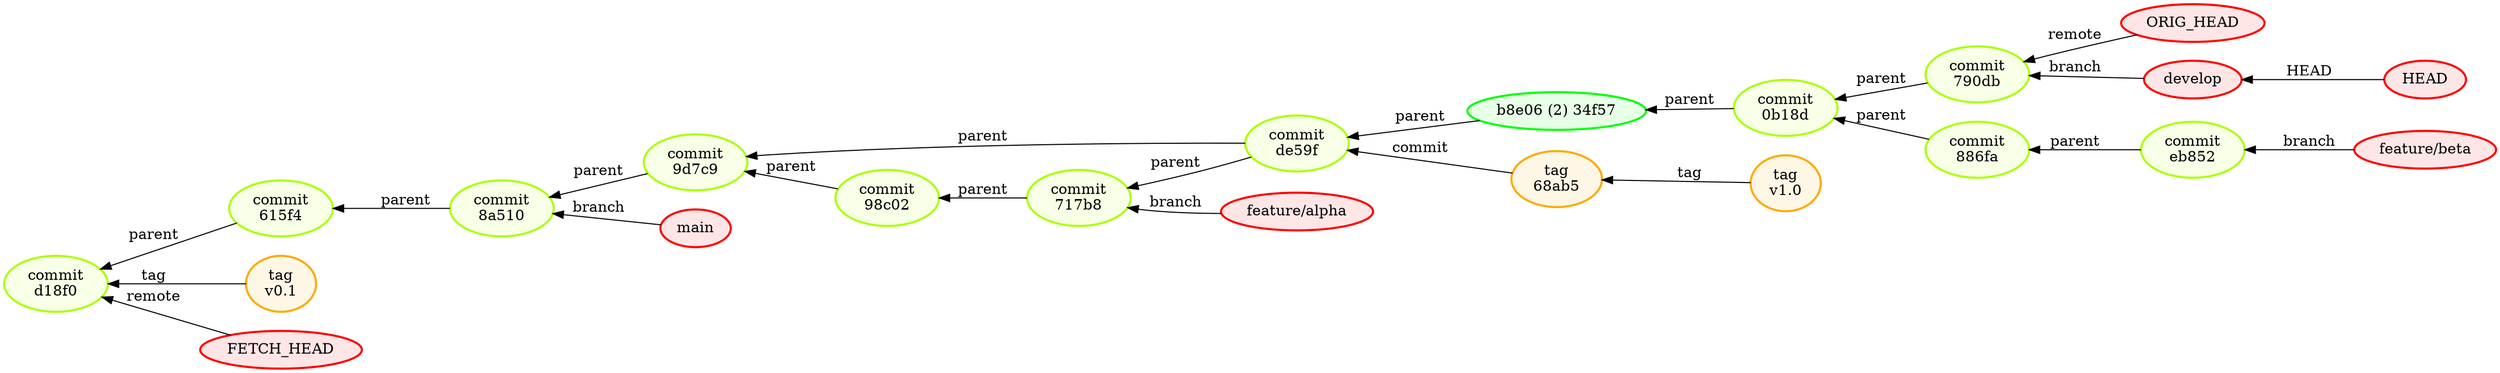
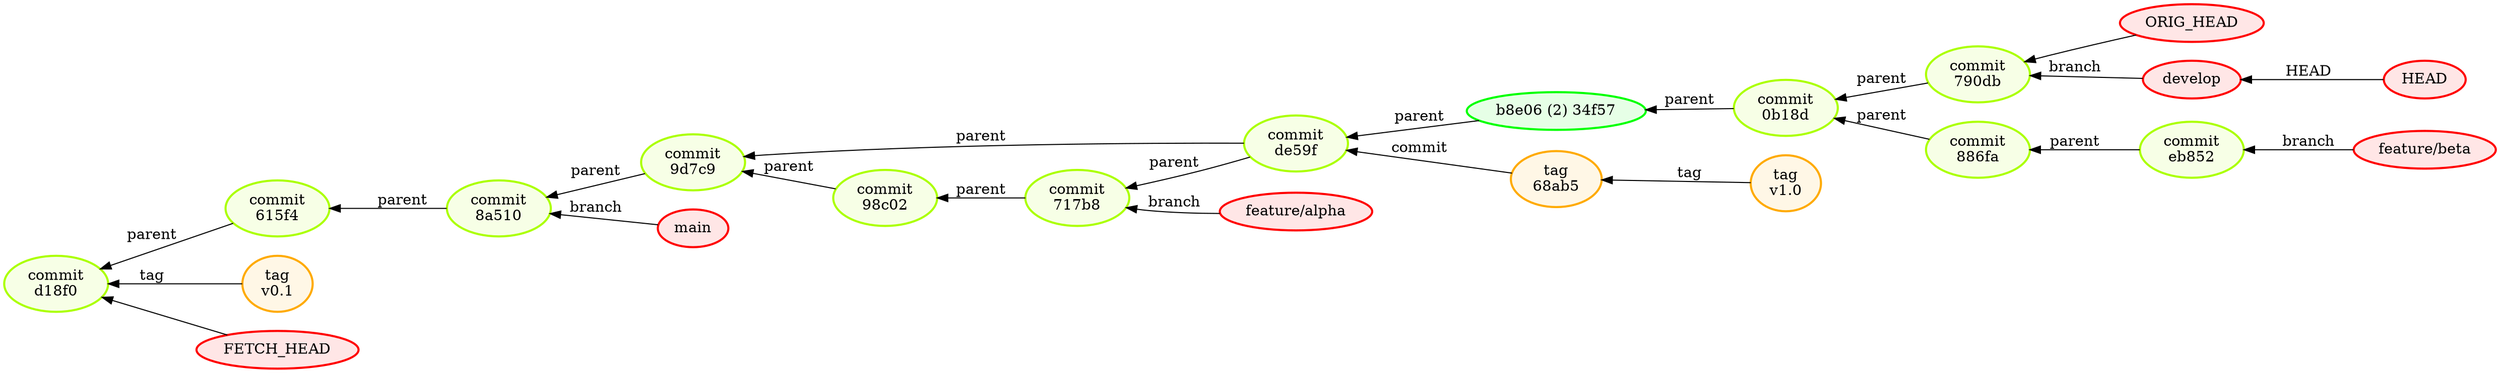
digraph {
	graph [rankdir=RL]
	HEAD [label=HEAD color="0.000 1.000 1.000" fillcolor="0.000 0.100 1.000" penwidth=2 style=filled]
	HEAD -> "refs/heads/develop" [label=HEAD]
	"refs/heads/develop" [label=develop color="0.000 1.000 1.000" fillcolor="0.000 0.100 1.000" penwidth=2 style=filled]
	"refs/heads/develop" -> "790db164f18098ef413853e56f7d93e70a2c187a" [label=branch]
	"790db164f18098ef413853e56f7d93e70a2c187a" [label="commit
790db" color="0.222 1.000 1.000" fillcolor="0.222 0.100 1.000" penwidth=2 style=filled]
	"790db164f18098ef413853e56f7d93e70a2c187a" -> "0b18da950bf84d50fbc7562a4747f13094fc85df" [label=parent]
	"0b18da950bf84d50fbc7562a4747f13094fc85df" [label="commit
0b18d" color="0.222 1.000 1.000" fillcolor="0.222 0.100 1.000" penwidth=2 style=filled]
	"0b18da950bf84d50fbc7562a4747f13094fc85df" -> "34f5775c53e87185c6f0c5342e74c9f9d9a06c40" [label=parent]
	"34f5775c53e87185c6f0c5342e74c9f9d9a06c40" [label="b8e06 (2) 34f57" color="0.333 1.000 1.000" fillcolor="0.333 0.100 1.000" penwidth=2 style=filled]
	"34f5775c53e87185c6f0c5342e74c9f9d9a06c40" -> de59f3a1667fc051ccc0b0682694585e36040bf4 [label=parent]
	de59f3a1667fc051ccc0b0682694585e36040bf4 [label="commit
de59f" color="0.222 1.000 1.000" fillcolor="0.222 0.100 1.000" penwidth=2 style=filled]
	de59f3a1667fc051ccc0b0682694585e36040bf4 -> "9d7c9410192654b9445d1935283210dbfa43d722" [label=parent]
	de59f3a1667fc051ccc0b0682694585e36040bf4 -> "717b8ae6fe822a635bb36b718f6a7cb2a27863a5" [label=parent]
	"717b8ae6fe822a635bb36b718f6a7cb2a27863a5" [label="commit
717b8" color="0.222 1.000 1.000" fillcolor="0.222 0.100 1.000" penwidth=2 style=filled]
	"717b8ae6fe822a635bb36b718f6a7cb2a27863a5" -> "98c0271fb08e9ec656af44e1ce7e1f310d722f3b" [label=parent]
	"98c0271fb08e9ec656af44e1ce7e1f310d722f3b" [label="commit
98c02" color="0.222 1.000 1.000" fillcolor="0.222 0.100 1.000" penwidth=2 style=filled]
	"98c0271fb08e9ec656af44e1ce7e1f310d722f3b" -> "9d7c9410192654b9445d1935283210dbfa43d722" [label=parent]
	"9d7c9410192654b9445d1935283210dbfa43d722" [label="commit
9d7c9" color="0.222 1.000 1.000" fillcolor="0.222 0.100 1.000" penwidth=2 style=filled]
	"9d7c9410192654b9445d1935283210dbfa43d722" -> "8a510ae66f449135f143a5099d7f7c8755c8fe9a" [label=parent]
	"8a510ae66f449135f143a5099d7f7c8755c8fe9a" [label="commit
8a510" color="0.222 1.000 1.000" fillcolor="0.222 0.100 1.000" penwidth=2 style=filled]
	"8a510ae66f449135f143a5099d7f7c8755c8fe9a" -> "615f48cc20ab3061238d022c49147045241a004f" [label=parent]
	"615f48cc20ab3061238d022c49147045241a004f" [label="commit
615f4" color="0.222 1.000 1.000" fillcolor="0.222 0.100 1.000" penwidth=2 style=filled]
	"615f48cc20ab3061238d022c49147045241a004f" -> d18f056029432df7a41eacf452447a111f0f4a12 [label=parent]
	d18f056029432df7a41eacf452447a111f0f4a12 [label="commit
d18f0" color="0.222 1.000 1.000" fillcolor="0.222 0.100 1.000" penwidth=2 style=filled]
	"refs/heads/feature/alpha" [label="feature/alpha" color="0.000 1.000 1.000" fillcolor="0.000 0.100 1.000" penwidth=2 style=filled]
	"refs/heads/feature/alpha" -> "717b8ae6fe822a635bb36b718f6a7cb2a27863a5" [label=branch]
	"refs/heads/feature/beta" [label="feature/beta" color="0.000 1.000 1.000" fillcolor="0.000 0.100 1.000" penwidth=2 style=filled]
	"refs/heads/feature/beta" -> eb852ccf183082960915022040318f9549283f89 [label=branch]
	eb852ccf183082960915022040318f9549283f89 [label="commit
eb852" color="0.222 1.000 1.000" fillcolor="0.222 0.100 1.000" penwidth=2 style=filled]
	eb852ccf183082960915022040318f9549283f89 -> "886fab2b89c493ab873baa91ecb1438da7321edc" [label=parent]
	"886fab2b89c493ab873baa91ecb1438da7321edc" [label="commit
886fa" color="0.222 1.000 1.000" fillcolor="0.222 0.100 1.000" penwidth=2 style=filled]
	"886fab2b89c493ab873baa91ecb1438da7321edc" -> "0b18da950bf84d50fbc7562a4747f13094fc85df" [label=parent]
	"refs/heads/main" [label=main color="0.000 1.000 1.000" fillcolor="0.000 0.100 1.000" penwidth=2 style=filled]
	"refs/heads/main" -> "8a510ae66f449135f143a5099d7f7c8755c8fe9a" [label=branch]
	"refs/tags/v0.1" [label="tag
v0.1" color="0.111 1.000 1.000" fillcolor="0.111 0.100 1.000" penwidth=2 style=filled]
	"refs/tags/v0.1" -> d18f056029432df7a41eacf452447a111f0f4a12 [label=tag]
	"refs/tags/v1.0" [label="tag
v1.0" color="0.111 1.000 1.000" fillcolor="0.111 0.100 1.000" penwidth=2 style=filled]
	"68ab57a3957981ada1d7d99f5ed25152cf0c89d8" [label="tag
68ab5" color="0.111 1.000 1.000" fillcolor="0.111 0.100 1.000" penwidth=2 style=filled]
	"refs/tags/v1.0" -> "68ab57a3957981ada1d7d99f5ed25152cf0c89d8" [label=tag]
	"68ab57a3957981ada1d7d99f5ed25152cf0c89d8" -> de59f3a1667fc051ccc0b0682694585e36040bf4 [label=commit]
	FETCH_HEAD [label=FETCH_HEAD color="0.000 1.000 1.000" fillcolor="0.000 0.100 1.000" penwidth=2 style=filled]
- 	FETCH_HEAD -> d18f056029432df7a41eacf452447a111f0f4a12 [label=remote]
+ 	FETCH_HEAD -> d18f056029432df7a41eacf452447a111f0f4a12 [label=""]
	ORIG_HEAD [label=ORIG_HEAD color="0.000 1.000 1.000" fillcolor="0.000 0.100 1.000" penwidth=2 style=filled]
- 	ORIG_HEAD -> "790db164f18098ef413853e56f7d93e70a2c187a" [label=remote]
+ 	ORIG_HEAD -> "790db164f18098ef413853e56f7d93e70a2c187a" [label=""]
}
